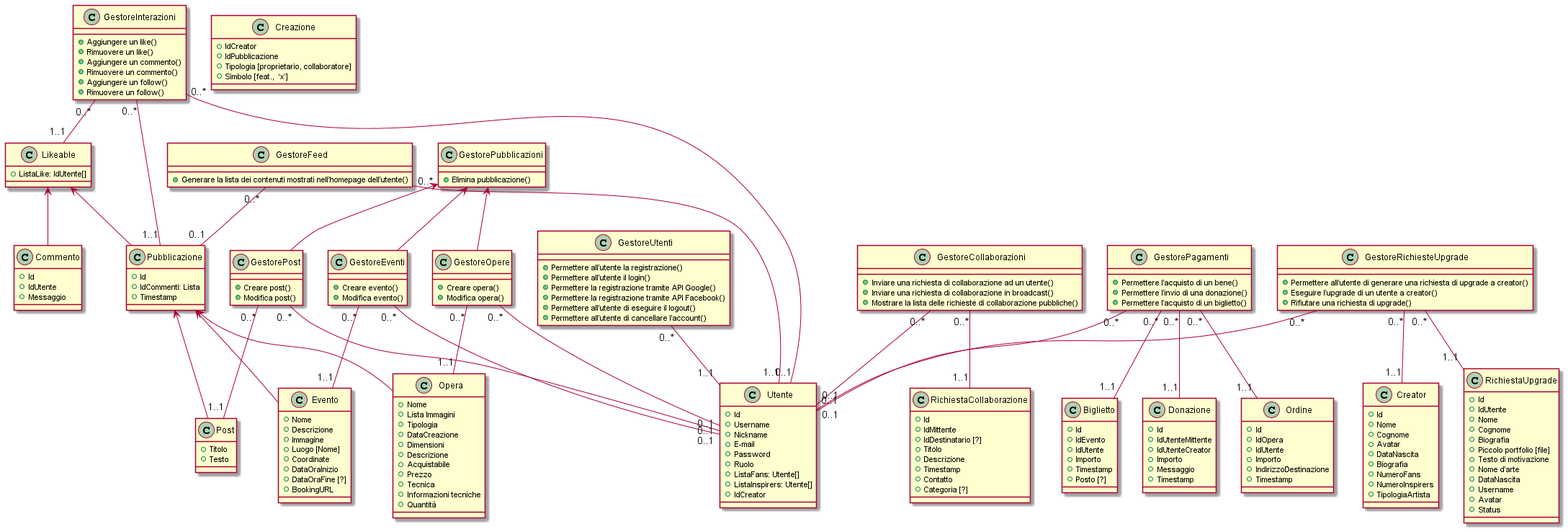
Earlier version of the PlantUML export class-diagram/class-diagram.png (creative-hub-taass/analisi). Source of this version:
```plantuml
@startuml

class Utente {
+ Id
+ Username
+ Nickname
+ E-mail
+ Password
+ Ruolo
+ ListaFans: Utente[]
+ ListaInspirers: Utente[]
+ IdCreator
}

class Creator {
+ Id
+ Nome
+ Cognome
+ Avatar
+ DataNascita
+ Biografia
+ NumeroFans
+ NumeroInspirers
+ TipologiaArtista
}

class Creazione {
+ IdCreator
+ IdPubblicazione
+ Tipologia [proprietario, collaboratore]
+ Simbolo [feat.,  ‘x’]
}

class Opera {
+ Nome
+ Lista Immagini
+ Tipologia
+ DataCreazione
+ Dimensioni
+ Descrizione
+ Acquistabile
+ Prezzo
+ Tecnica
+ Informazioni tecniche
+ Quantità
}

class Post {
+ Titolo
+ Testo
}

class Evento {
+ Nome
+ Descrizione
+ Immagine
+ Luogo [Nome]
+ Coordinate
+ DataOraInizio
+ DataOraFine [?]
+ BookingURL
}

class Commento {
+ Id
+ IdUtente
+ Messaggio
}

class Pubblicazione {
+ Id
+ IdCommenti: Lista
+ Timestamp
}

class Likeable {
+ ListaLike: IdUtente[]
}

class GestoreInterazioni {
+ Aggiungere un like()
+ Rimuovere un like()
+ Aggiungere un commento()
+ Rimuovere un commento()
+ Aggiungere un follow()
+ Rimuovere un follow()
}

class RichiestaCollaborazione {
+ Id
+ IdMittente
+ IdDestinatario [?]
+ Titolo
+ Descrizione
+ Timestamp
+ Contatto
+ Categoria [?]
}

class GestoreCollaborazioni {
+ Inviare una richiesta di collaborazione ad un utente()
+ Inviare una richiesta di collaborazione in broadcast()
+ Mostrare la lista delle richieste di collaborazione pubbliche()
}

class GestorePubblicazioni {
+ Elimina pubblicazione()
}

class GestorePost {
+ Creare post()
+ Modifica post()
}

class GestoreOpere {
+ Creare opera()
+ Modifica opera()
}

class GestoreEventi {
+ Creare evento()
+ Modifica evento()
}

class Biglietto {
+ Id
+ IdEvento
+ IdUtente
+ Importo
+ Timestamp
+ Posto [?]
}

class Donazione {
+ Id
+ IdUtenteMittente
+ IdUtenteCreator
+ Importo
+ Messaggio
+ Timestamp
}

class Ordine {
+ Id
+ IdOpera
+ IdUtente
+ Importo
+ IndirizzoDestinazione
+ Timestamp
}

class GestorePagamenti {
+ Permettere l’acquisto di un bene()
+ Permettere l’invio di una donazione()
+ Permettere l’acquisto di un biglietto()
}

class GestoreFeed {
+ Generare la lista dei contenuti mostrati nell’homepage dell’utente()
}

class RichiestaUpgrade {
+ Id
+ IdUtente
+ Nome
+ Cognome
+ Biografia
+ Piccolo portfolio [file]
+ Testo di motivazione
+ Nome d’arte
+ DataNascita
+ Username
+ Avatar
+ Status
}

class GestoreRichiesteUpgrade {
+ Permettere all’utente di generare una richiesta di upgrade a creator()
+ Eseguire l’upgrade di un utente a creator()
+ Rifiutare una richiesta di upgrade()
}

 class GestoreUtenti {
+ Permettere all’utente la registrazione()
+ Permettere all’utente il login()
+ Permettere la registrazione tramite API Google()
+ Permettere la registrazione tramite API Facebook()
+ Permettere all’utente di eseguire il logout()
+ Permettere all’utente di cancellare l’account()
}

Opera -up-> Pubblicazione
Post -up-> Pubblicazione
Evento -up-> Pubblicazione
Pubblicazione -up-> Likeable
Commento -up-> Likeable
GestorePost -up-> GestorePubblicazioni
GestoreOpere -up-> GestorePubblicazioni
GestoreEventi -up-> GestorePubblicazioni

GestoreInterazioni "0..*" -- "1..1" Pubblicazione
GestoreInterazioni "0..*" -- "1..1" Likeable
GestoreInterazioni "0..*" -- "0..1" Utente
GestorePost "0..*" -- "0..1" Utente
GestorePost "0..*" -- "1..1" Post
GestoreOpere "0..*" -- "0..1" Utente
GestoreOpere "0..*" -- "1..1" Opera
GestoreEventi "0..*" -- "0..1" Utente
GestoreEventi "0..*" -- "1..1" Evento
GestorePagamenti "0..*" -- "0..1" Utente
GestorePagamenti "0..*" -- "1..1" Donazione
GestorePagamenti "0..*" -- "1..1" Ordine
GestorePagamenti "0..*" -- "1..1" Biglietto
GestoreFeed "0..*" -- "1..1" Utente
GestoreFeed "0..*" -- "0..1" Pubblicazione
GestoreRichiesteUpgrade "0..*" -- "0..1" Utente
GestoreRichiesteUpgrade "0..*" -- "1..1" RichiestaUpgrade
GestoreRichiesteUpgrade "0..*" -- "1..1" Creator
GestoreUtenti "0..*" -- "1..1" Utente
GestoreCollaborazioni "0..*" -- "1..1" RichiestaCollaborazione
GestoreCollaborazioni "0..*" -- "0..1" Utente
@enduml
```
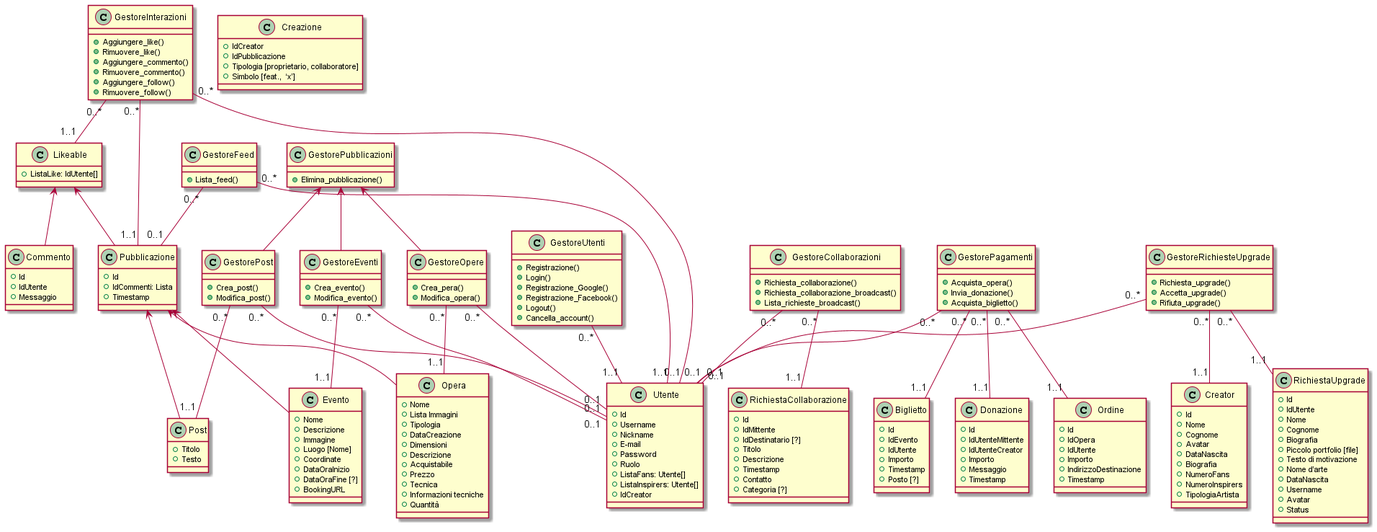
Later version of the same file.

Change to the diagram source:
```diff
@@ -78,12 +78,12 @@
 }
 
 class GestoreInterazioni {
-+ Aggiungere un like()
-+ Rimuovere un like()
-+ Aggiungere un commento()
-+ Rimuovere un commento()
-+ Aggiungere un follow()
-+ Rimuovere un follow()
++ Aggiungere_like()
++ Rimuovere_like()
++ Aggiungere_commento()
++ Rimuovere_commento()
++ Aggiungere_follow()
++ Rimuovere_follow()
 }
 
 class RichiestaCollaborazione {
@@ -98,28 +98,28 @@
 }
 
 class GestoreCollaborazioni {
-+ Inviare una richiesta di collaborazione ad un utente()
-+ Inviare una richiesta di collaborazione in broadcast()
-+ Mostrare la lista delle richieste di collaborazione pubbliche()
++ Richiesta_collaborazione()
++ Richiesta_collaborazione_broadcast()
++ Lista_richieste_broadcast()
 }
 
 class GestorePubblicazioni {
-+ Elimina pubblicazione()
++ Elimina_pubblicazione()
 }
 
 class GestorePost {
-+ Creare post()
-+ Modifica post()
++ Crea_post()
++ Modifica_post()
 }
 
 class GestoreOpere {
-+ Creare opera()
-+ Modifica opera()
++ Crea_pera()
++ Modifica_opera()
 }
 
 class GestoreEventi {
-+ Creare evento()
-+ Modifica evento()
++ Crea_evento()
++ Modifica_evento()
 }
 
 class Biglietto {
@@ -150,13 +150,13 @@
 }
 
 class GestorePagamenti {
-+ Permettere l’acquisto di un bene()
-+ Permettere l’invio di una donazione()
-+ Permettere l’acquisto di un biglietto()
++ Acquista_opera()
++ Invia_donazione()
++ Acquista_biglietto()
 }
 
 class GestoreFeed {
-+ Generare la lista dei contenuti mostrati nell’homepage dell’utente()
++ Lista_feed()
 }
 
 class RichiestaUpgrade {
@@ -175,18 +175,18 @@
 }
 
 class GestoreRichiesteUpgrade {
-+ Permettere all’utente di generare una richiesta di upgrade a creator()
-+ Eseguire l’upgrade di un utente a creator()
-+ Rifiutare una richiesta di upgrade()
++ Richiesta_upgrade()
++ Accetta_upgrade()
++ Rifiuta_upgrade()
 }
 
  class GestoreUtenti {
-+ Permettere all’utente la registrazione()
-+ Permettere all’utente il login()
-+ Permettere la registrazione tramite API Google()
-+ Permettere la registrazione tramite API Facebook()
-+ Permettere all’utente di eseguire il logout()
-+ Permettere all’utente di cancellare l’account()
++ Registrazione()
++ Login()
++ Registrazione_Google()
++ Registrazione_Facebook()
++ Logout()
++ Cancella_account()
 }
 
 Opera -up-> Pubblicazione
```
